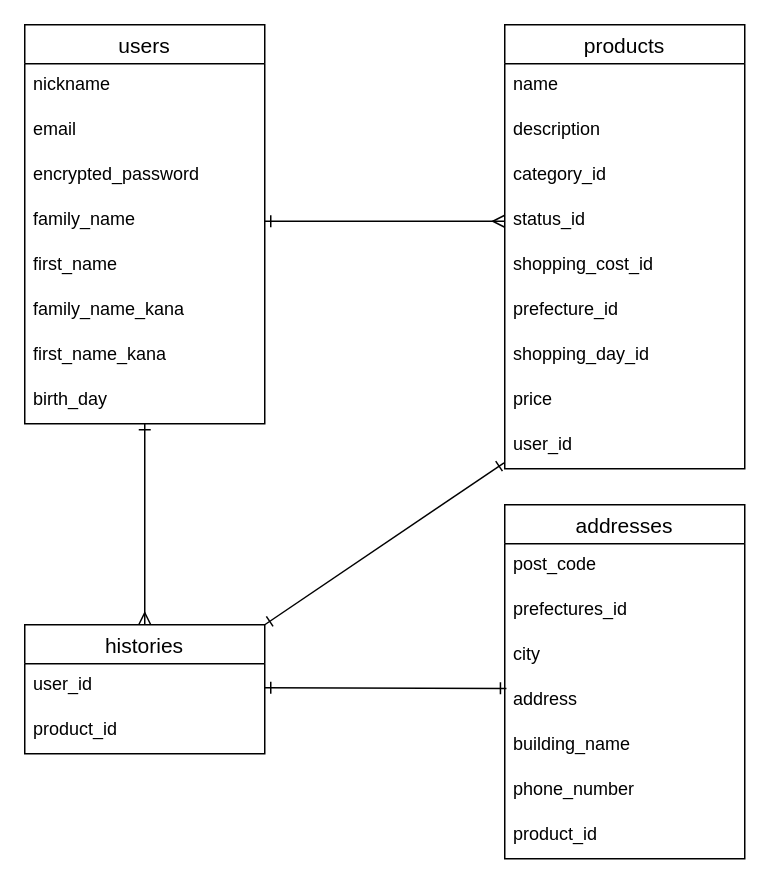
yukomel/furima-37569 keeps this draw.io diagram as test.dio. Above is the earlier version. Source tidied: cells renumbered, new cells numbered last; positions are measured from the earlier drawing's top-left corner, leaving out a move shared by most shapes. Both pictures are drawn from the tidied source at 150%, with x=0, y=0 at pixel (24, 24).
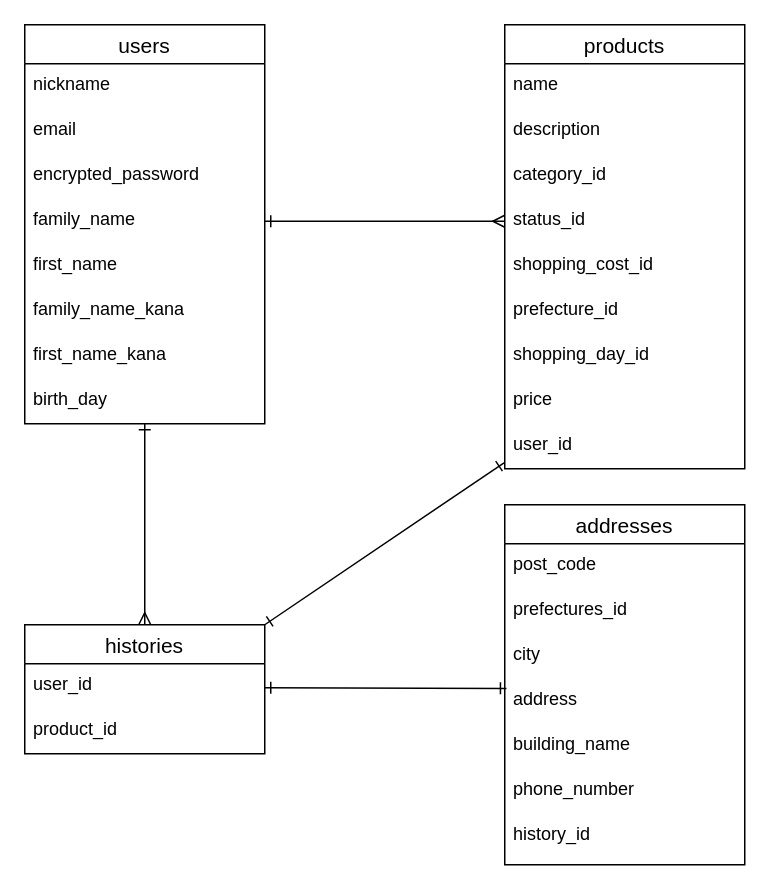
Above is the later version.

Commit message:
ER図再度修正

Diff of the diagram source:
```diff
@@
     <mxCell id="2" value="addresses" style="swimlane;fontStyle=0;horizontal=1;startSize=26;align=center;fontSize=14;" parent="1" vertex="1">
-      <mxGeometry x="320" y="320" width="160" height="236" as="geometry" />
+      <mxGeometry x="320" y="320" width="160" height="240" as="geometry" />
     </mxCell>
@@
-    <mxCell id="9" value="product_id" style="text;strokeColor=none;fillColor=none;spacingLeft=4;spacingRight=4;overflow=hidden;fontSize=12;" parent="2" vertex="1">
-      <mxGeometry y="206" width="160" height="30" as="geometry" />
+    <mxCell id="9" value="history_id" style="text;strokeColor=none;fillColor=none;spacingLeft=4;spacingRight=4;overflow=hidden;fontSize=12;" parent="2" vertex="1">
+      <mxGeometry y="206" width="160" height="34" as="geometry" />
     </mxCell>
```
